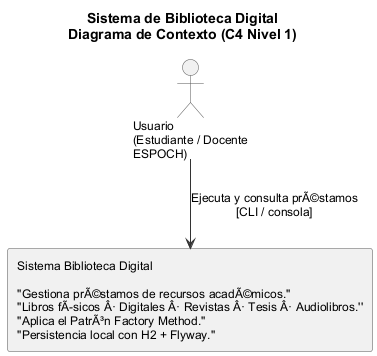
Above: docs/diagrams/c4-context.png in Gonzalo-Romero-V/Factory-Method---GRUPO-04 (PlantUML), before the change.
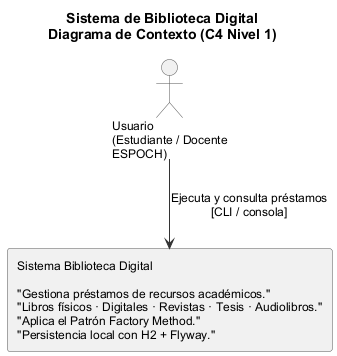
After the commit.

Diff of the diagram source:
```diff
@@ -9,8 +9,8 @@
 
 actor "Usuario\n(Estudiante / Docente\nESPOCH)" as usuario
 
-rectangle "Sistema Biblioteca Digital\n\n''Gestiona prÃ©stamos de recursos acadÃ©micos.''\n''Libros fÃ­sicos Â· Digitales Â· Revistas Â· Tesis Â· Audiolibros.''\n''Aplica el PatrÃ³n Factory Method.''\n''Persistencia local con H2 + Flyway.''" as biblioteca
+rectangle "Sistema Biblioteca Digital\n\n''Gestiona préstamos de recursos académicos.''\n''Libros físicos · Digitales · Revistas · Tesis · Audiolibros.''\n''Aplica el Patrón Factory Method.''\n''Persistencia local con H2 + Flyway.''" as biblioteca
 
-usuario --> biblioteca : Ejecuta y consulta prÃ©stamos\n[CLI / consola]
+usuario --> biblioteca : Ejecuta y consulta préstamos\n[CLI / consola]
 
 @enduml
```
